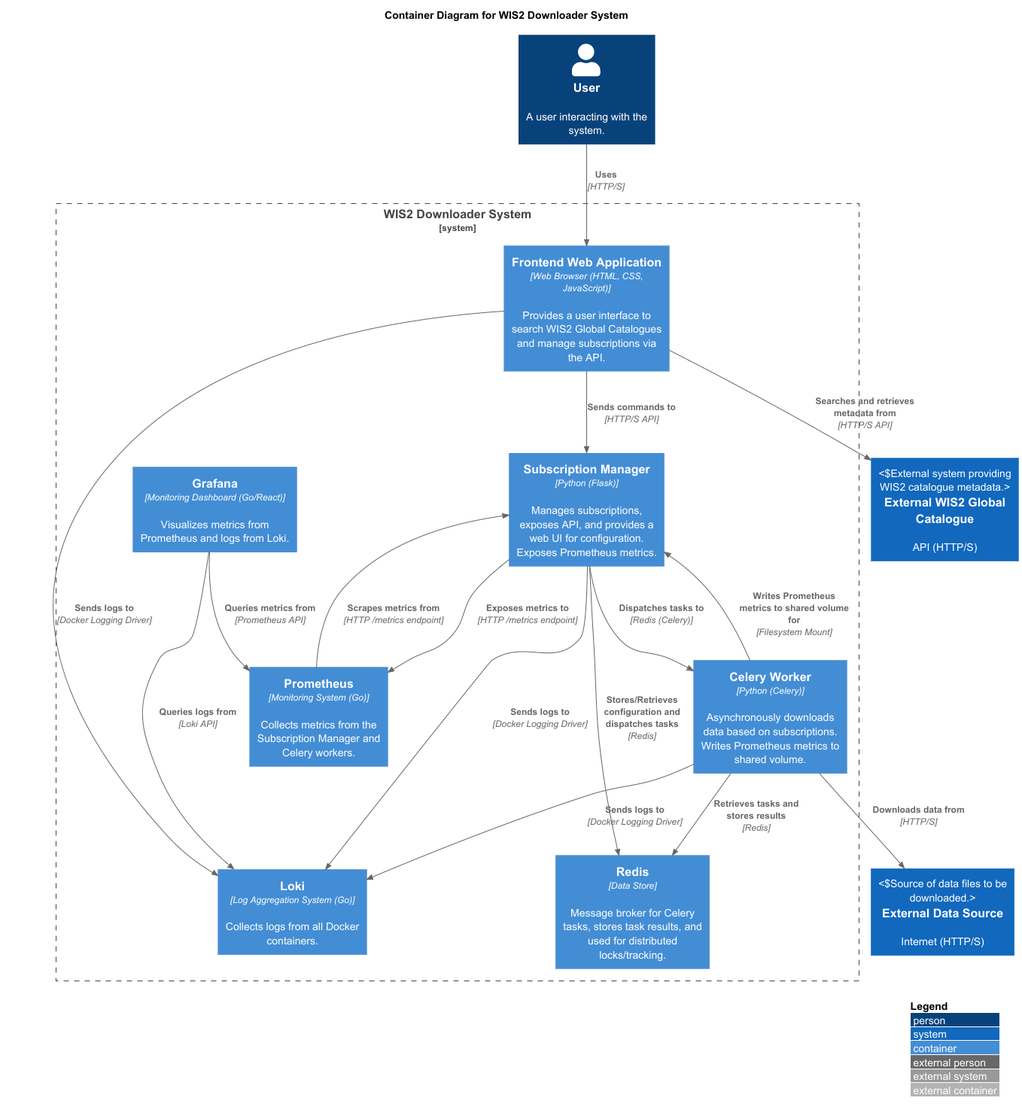
Above: C4.png in jowodo/wis2downloader (PlantUML), before the change.
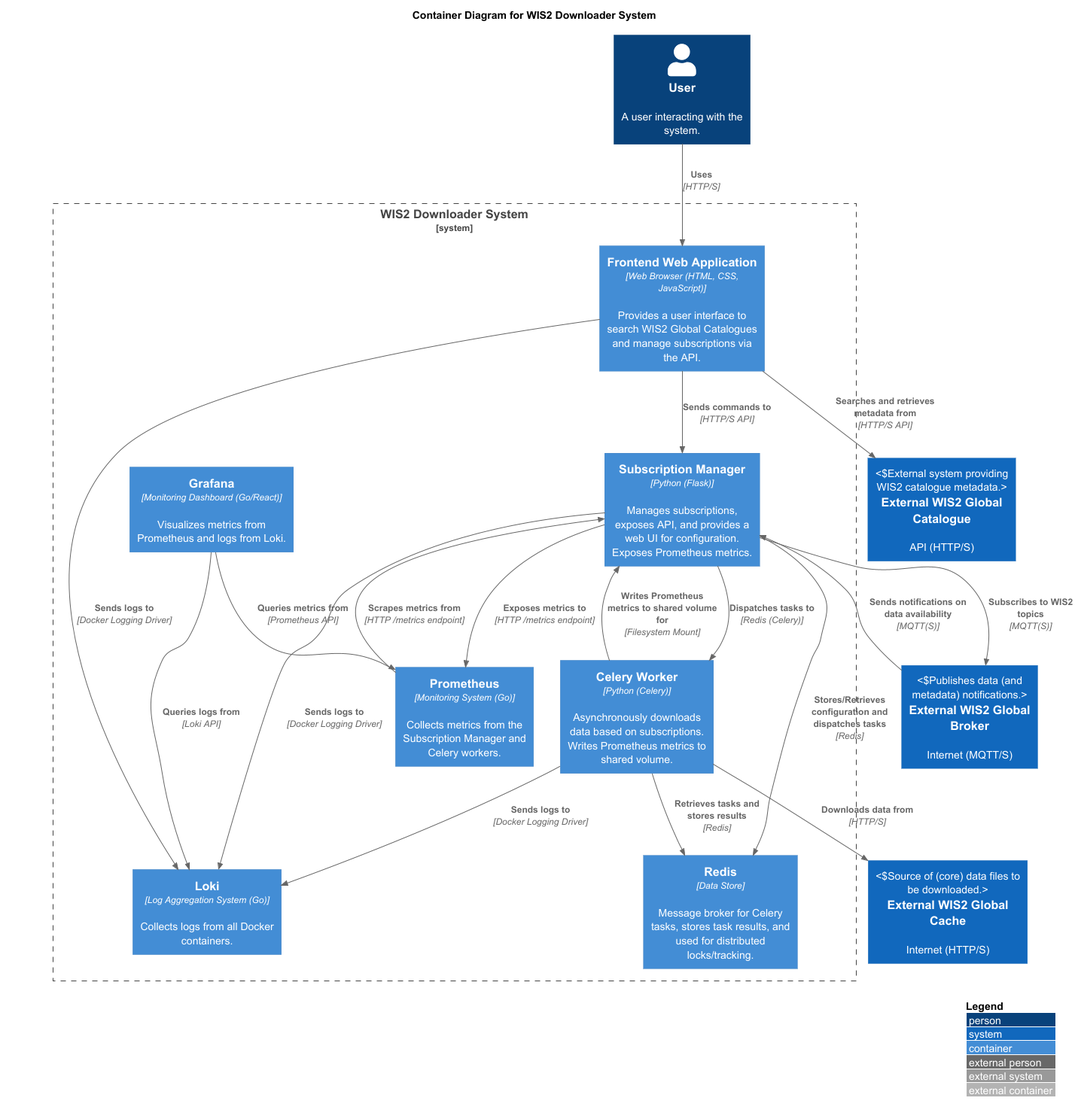
After the change.

Change to the diagram source:
```diff
@@ -22,7 +22,8 @@
 }
 
 System(external_wis2_catalogue, "External WIS2 Global Catalogue", "API (HTTP/S)", "External system providing WIS2 catalogue metadata.")
-System(external_data_source, "External Data Source", "Internet (HTTP/S)", "Source of data files to be downloaded.")
+System(external_wis2_cache, "External WIS2 Global Cache", "Internet (HTTP/S)", "Source of (core) data files to be downloaded.")
+System(external_wis2_broker, "External WIS2 Global Broker", "Internet (MQTT/S)", "Publishes data (and metadata) notifications.")
 
 Rel(user, frontend_app, "Uses", "HTTP/S")
 
@@ -36,8 +37,11 @@
 Rel(subscription_manager, prometheus, "Exposes metrics to", "HTTP /metrics endpoint")
 Rel(subscription_manager, loki, "Sends logs to", "Docker Logging Driver")
 
+Rel(subscription_manager, external_wis2_broker, "Subscribes to WIS2 topics", "MQTT(S)")
+Rel(external_wis2_broker, subscription_manager, "Sends notifications on data availability", "MQTT(S)")
+
 Rel(celery_worker, redis, "Retrieves tasks and stores results", "Redis")
-Rel(celery_worker, external_data_source, "Downloads data from", "HTTP/S")
+Rel(celery_worker, external_wis2_cache, "Downloads data from", "HTTP/S")
 Rel(celery_worker, subscription_manager, "Writes Prometheus metrics to shared volume for", "Filesystem Mount")
 Rel(celery_worker, loki, "Sends logs to", "Docker Logging Driver")
 
```
